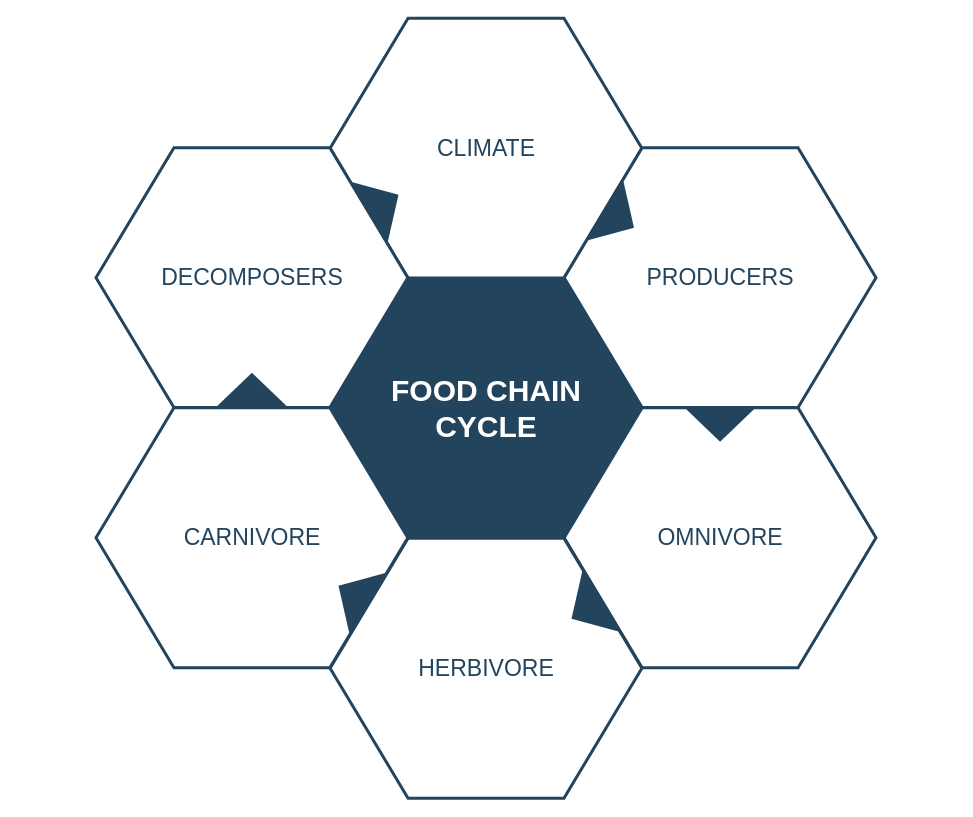
This is config/Essai.drawio from vendettasurvie/demo, a draw.io file, before an edit. Source tidied: cells renumbered, new cells numbered last; positions are measured from the earlier drawing's top-left corner, leaving out a move shared by most shapes. Both pictures are drawn from the tidied source at 100%, with x=0, y=0 at pixel (95, 18).
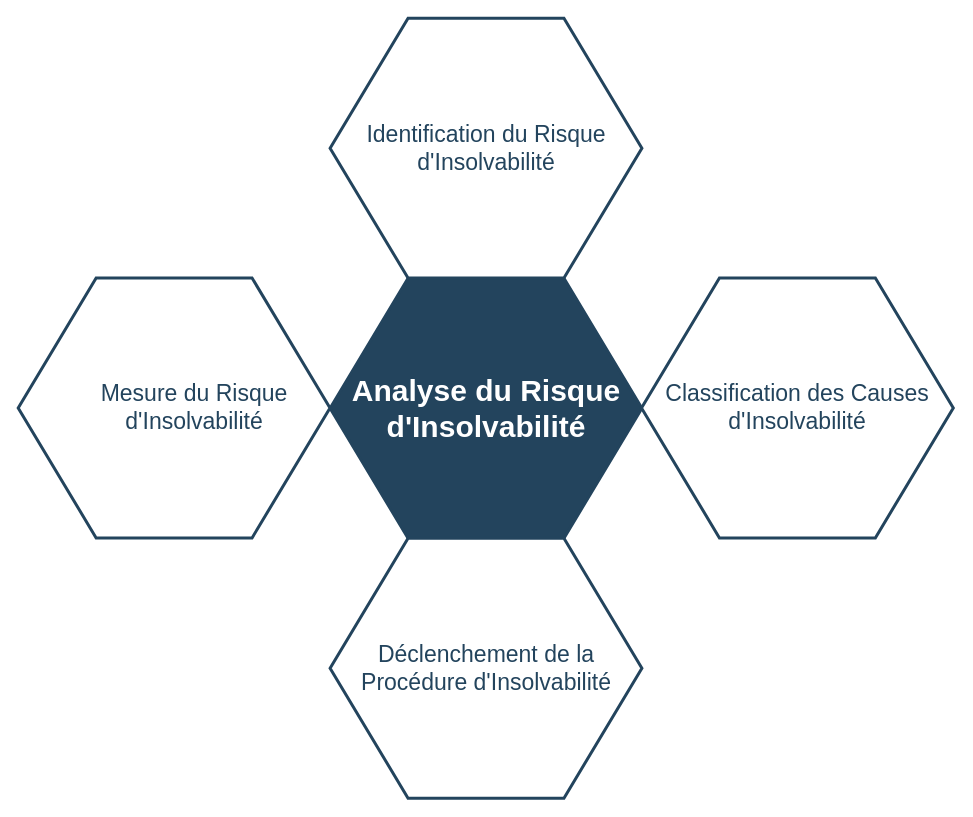
The same diagram, later.

Commit message:
Mettre à jour Essai.drawio

Diff of the diagram source:
```diff
@@
 <mxGraphModel>
   <root>
     <mxCell id="0" />
     <mxCell id="1" parent="0" />
-    <mxCell id="2" value="&lt;font style=&quot;font-size: 30px&quot; color=&quot;#ffffff&quot;&gt;&lt;b&gt;&lt;span&gt;FOOD CHAIN&lt;/span&gt;&lt;br&gt;&lt;span&gt;CYCLE&lt;/span&gt;&lt;/b&gt;&lt;/font&gt;&lt;br&gt;" style="shape=hexagon;perimeter=hexagonPerimeter2;whiteSpace=wrap;html=1;shadow=0;labelBackgroundColor=none;strokeColor=#23445D;fillColor=#23445D;gradientColor=none;fontFamily=Helvetica;fontSize=23;fontColor=#23445d;align=center;strokeWidth=3;" parent="1" vertex="1">
+    <mxCell id="2" value="&lt;font color=&quot;#ffffff&quot;&gt;&lt;span style=&quot;font-size: 30px;&quot;&gt;&lt;b&gt;Analyse du Risque d'Insolvabilité&lt;/b&gt;&lt;/span&gt;&lt;/font&gt;" style="shape=hexagon;perimeter=hexagonPerimeter2;whiteSpace=wrap;html=1;shadow=0;labelBackgroundColor=none;strokeColor=#23445D;fillColor=#23445D;gradientColor=none;fontFamily=Helvetica;fontSize=23;fontColor=#23445d;align=center;strokeWidth=3;" parent="1" vertex="1">
       <mxGeometry x="234.6" y="259.8" width="311.8" height="259.9" as="geometry" />
     </mxCell>
     <mxCell id="3" style="triangle;whiteSpace=wrap;html=1;shadow=0;labelBackgroundColor=none;strokeColor=none;fillColor=#FFFFFF;fontFamily=Helvetica;fontSize=17;fontColor=#23445d;align=center;rotation=90;gradientColor=none;flipV=1;flipH=1;opacity=20;" parent="1" vertex="1">
       <mxGeometry x="115.5" y="277.7" width="72" height="152" as="geometry" />
     </mxCell>
-    <mxCell id="4" value="&lt;font style=&quot;font-size: 23px&quot;&gt;CLIMATE&lt;/font&gt;" style="shape=hexagon;perimeter=hexagonPerimeter2;whiteSpace=wrap;html=1;shadow=0;labelBackgroundColor=none;strokeColor=#23445D;fillColor=#ffffff;gradientColor=none;fontFamily=Helvetica;fontSize=23;fontColor=#23445D;align=center;strokeWidth=3;" parent="1" vertex="1">
+    <mxCell id="4" value="Identification du Risque d'Insolvabilité" style="shape=hexagon;perimeter=hexagonPerimeter2;whiteSpace=wrap;html=1;shadow=0;labelBackgroundColor=none;strokeColor=#23445D;fillColor=#ffffff;gradientColor=none;fontFamily=Helvetica;fontSize=23;fontColor=#23445D;align=center;strokeWidth=3;" parent="1" vertex="1">
       <mxGeometry x="234.6" y="-0.3" width="311.8" height="259.9" as="geometry" />
     </mxCell>
-    <mxCell id="5" value="&lt;font style=&quot;font-size: 23px&quot;&gt;PRODUCERS&lt;/font&gt;" style="shape=hexagon;perimeter=hexagonPerimeter2;whiteSpace=wrap;html=1;shadow=0;labelBackgroundColor=none;strokeColor=#23445D;fillColor=#FFFFFF;gradientColor=none;fontFamily=Helvetica;fontSize=23;fontColor=#23445d;align=center;strokeWidth=3;" parent="1" vertex="1">
-      <mxGeometry x="468.7" y="129.2" width="311.8" height="259.9" as="geometry" />
+    <mxCell id="5" value="&lt;font style=&quot;font-size: 23px&quot;&gt;Classification des Causes d'Insolvabilité&lt;/font&gt;" style="shape=hexagon;perimeter=hexagonPerimeter2;whiteSpace=wrap;html=1;shadow=0;labelBackgroundColor=none;strokeColor=#23445D;fillColor=#FFFFFF;gradientColor=none;fontFamily=Helvetica;fontSize=23;fontColor=#23445d;align=center;strokeWidth=3;" parent="1" vertex="1">
+      <mxGeometry x="546" y="259.5" width="311.8" height="259.9" as="geometry" />
     </mxCell>
-    <mxCell id="6" value="&lt;font style=&quot;font-size: 23px&quot;&gt;OMNIVORE&lt;/font&gt;" style="shape=hexagon;perimeter=hexagonPerimeter2;whiteSpace=wrap;html=1;shadow=0;labelBackgroundColor=none;strokeColor=#23445D;fillColor=#FFFFFF;gradientColor=none;fontFamily=Helvetica;fontSize=23;fontColor=#23445d;align=center;strokeWidth=3;" parent="1" vertex="1">
-      <mxGeometry x="468.7" y="389.3" width="311.8" height="259.9" as="geometry" />
-    </mxCell>
-    <mxCell id="7" value="&lt;font style=&quot;font-size: 23px&quot;&gt;HERBIVORE&lt;/font&gt;" style="shape=hexagon;perimeter=hexagonPerimeter2;whiteSpace=wrap;html=1;shadow=0;labelBackgroundColor=none;strokeColor=#23445D;fillColor=#FFFFFF;gradientColor=none;fontFamily=Helvetica;fontSize=23;fontColor=#23445d;align=center;strokeWidth=3;" parent="1" vertex="1">
+    <mxCell id="7" value="&lt;font style=&quot;font-size: 23px&quot;&gt;Déclenchement de la Procédure d'Insolvabilité&lt;/font&gt;" style="shape=hexagon;perimeter=hexagonPerimeter2;whiteSpace=wrap;html=1;shadow=0;labelBackgroundColor=none;strokeColor=#23445D;fillColor=#FFFFFF;gradientColor=none;fontFamily=Helvetica;fontSize=23;fontColor=#23445d;align=center;strokeWidth=3;" parent="1" vertex="1">
       <mxGeometry x="234.6" y="519.8" width="311.8" height="259.9" as="geometry" />
     </mxCell>
-    <mxCell id="8" value="&lt;font style=&quot;font-size: 23px&quot;&gt;CARNIVORE&lt;/font&gt;" style="shape=hexagon;perimeter=hexagonPerimeter2;whiteSpace=wrap;html=1;shadow=0;labelBackgroundColor=none;strokeColor=#23445D;fillColor=#FFFFFF;gradientColor=none;fontFamily=Helvetica;fontSize=23;fontColor=#23445d;align=center;strokeWidth=3;" parent="1" vertex="1">
-      <mxGeometry x="0.5" y="389.3" width="311.8" height="259.9" as="geometry" />
-    </mxCell>
-    <mxCell id="9" value="&lt;font style=&quot;font-size: 23px;&quot;&gt;DECOMPOSERS&lt;/font&gt;" style="shape=hexagon;perimeter=hexagonPerimeter2;whiteSpace=wrap;html=1;shadow=0;labelBackgroundColor=none;strokeColor=#23445D;fillColor=#ffffff;gradientColor=none;fontFamily=Helvetica;fontSize=23;fontColor=#23445D;align=center;strokeWidth=3;" parent="1" vertex="1">
-      <mxGeometry x="0.5" y="129.2" width="311.8" height="259.9" as="geometry" />
+    <mxCell id="9" value="&lt;blockquote style=&quot;margin: 0 0 0 40px; border: none; padding: 0px;&quot;&gt;&lt;font style=&quot;font-size: 23px;&quot;&gt;Mesure du Risque d'Insolvabilité&lt;/font&gt;&lt;/blockquote&gt;" style="shape=hexagon;perimeter=hexagonPerimeter2;whiteSpace=wrap;html=1;shadow=0;labelBackgroundColor=none;strokeColor=#23445D;fillColor=#ffffff;gradientColor=none;fontFamily=Helvetica;fontSize=23;fontColor=#23445D;align=center;strokeWidth=3;" parent="1" vertex="1">
+      <mxGeometry x="-77.3" y="259.5" width="311.8" height="259.9" as="geometry" />
     </mxCell>
-    <mxCell id="10" style="triangle;whiteSpace=wrap;html=1;shadow=0;labelBackgroundColor=none;strokeColor=none;fillColor=#23445D;fontFamily=Helvetica;fontSize=17;fontColor=#23445d;align=center;rotation=31;gradientColor=none;strokeWidth=3;" parent="1" vertex="1">
-      <mxGeometry x="506" y="163.7" width="35" height="73" as="geometry" />
-    </mxCell>
-    <mxCell id="11" style="triangle;whiteSpace=wrap;html=1;shadow=0;labelBackgroundColor=none;strokeColor=none;fillColor=#23445D;fontFamily=Helvetica;fontSize=17;fontColor=#23445d;align=center;rotation=31;gradientColor=none;flipH=1;strokeWidth=3;" parent="1" vertex="1">
-      <mxGeometry x="240.5" y="539.7" width="35" height="73" as="geometry" />
-    </mxCell>
-    <mxCell id="12" style="triangle;whiteSpace=wrap;html=1;shadow=0;labelBackgroundColor=none;strokeColor=none;fillColor=#23445D;fontFamily=Helvetica;fontSize=17;fontColor=#23445d;align=center;rotation=329;gradientColor=none;strokeWidth=3;" parent="1" vertex="1">
-      <mxGeometry x="270.5" y="148.7" width="35" height="73" as="geometry" />
-    </mxCell>
-    <mxCell id="13" style="triangle;whiteSpace=wrap;html=1;shadow=0;labelBackgroundColor=none;strokeColor=none;fillColor=#23445D;fontFamily=Helvetica;fontSize=17;fontColor=#23445d;align=center;rotation=329;gradientColor=none;flipH=1;strokeWidth=3;" parent="1" vertex="1">
-      <mxGeometry x="473.5" y="554.7" width="35" height="73" as="geometry" />
-    </mxCell>
-    <mxCell id="14" style="triangle;whiteSpace=wrap;html=1;shadow=0;labelBackgroundColor=none;strokeColor=none;fillColor=#23445D;fontFamily=Helvetica;fontSize=17;fontColor=#23445d;align=center;rotation=90;gradientColor=none;strokeWidth=3;" parent="1" vertex="1">
-      <mxGeometry x="607.1" y="369.2" width="35" height="73" as="geometry" />
-    </mxCell>
-    <mxCell id="15" style="triangle;whiteSpace=wrap;html=1;shadow=0;labelBackgroundColor=none;strokeColor=none;fillColor=#23445D;fontFamily=Helvetica;fontSize=17;fontColor=#23445d;align=center;rotation=90;gradientColor=none;flipH=1;strokeWidth=3;" parent="1" vertex="1">
-      <mxGeometry x="138.9" y="335.2" width="35" height="73" as="geometry" />
-    </mxCell>
   </root>
 </mxGraphModel>
```
